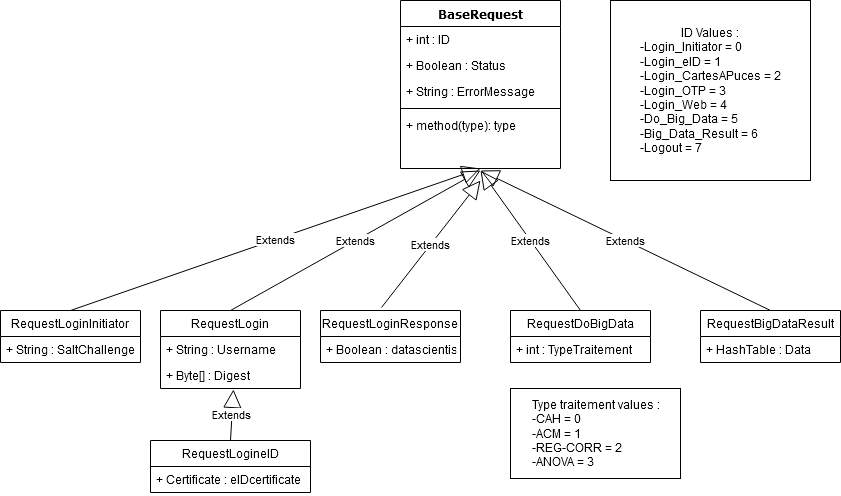
Earlier version of the draw.io export Protocole/Protocole.png (Sirorco/Isil-Data-Scientist). Source tidied: cells renumbered, new cells last; positions are measured from the earlier drawing's top-left corner, leaving out a move shared by most shapes.
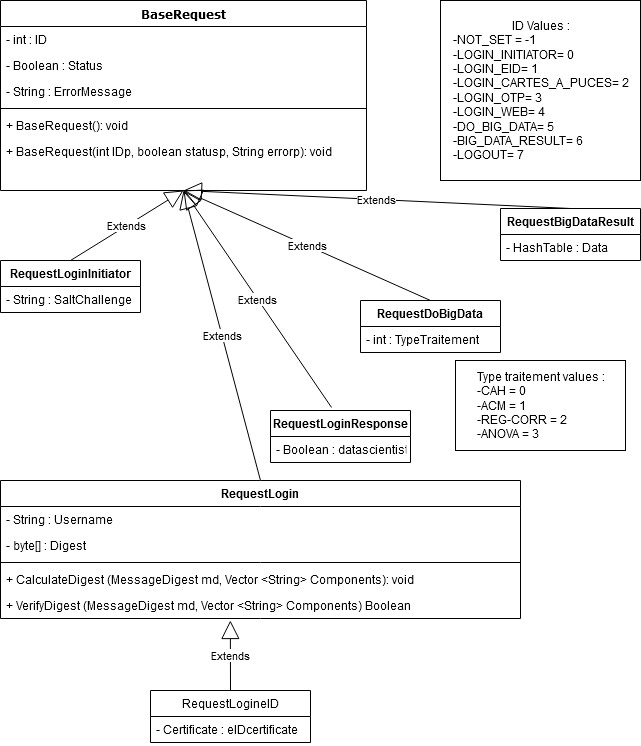
After the change.

Change to the diagram source:
```diff
@@ -3,93 +3,97 @@
     <mxCell id="0" />
     <mxCell id="1" parent="0" />
     <mxCell id="2" value="&lt;div&gt;BaseRequest&lt;/div&gt;&lt;div&gt;&lt;br&gt;&lt;/div&gt;&lt;div&gt;&lt;br&gt;&lt;/div&gt;&lt;div&gt;&lt;br&gt;&lt;/div&gt;" style="swimlane;html=1;fontStyle=1;align=center;verticalAlign=top;horizontal=1;startSize=26;swimlaneFillColor=#ffffff;rounded=0;shadow=0;comic=0;labelBackgroundColor=none;strokeWidth=1;fillColor=none;fontFamily=Verdana;fontSize=12;" parent="1" vertex="1">
-      <mxGeometry x="400" width="160" height="168" as="geometry" />
+      <mxGeometry x="-10" y="-100" width="366" height="190" as="geometry" />
     </mxCell>
-    <mxCell id="3" value="+ int : ID" style="text;html=1;strokeColor=none;fillColor=none;align=left;verticalAlign=top;spacingLeft=4;spacingRight=4;whiteSpace=wrap;overflow=hidden;" parent="2" vertex="1">
-      <mxGeometry y="26" width="160" height="26" as="geometry" />
+    <mxCell id="3" value="- int : ID" style="text;html=1;strokeColor=none;fillColor=none;align=left;verticalAlign=top;spacingLeft=4;spacingRight=4;whiteSpace=wrap;overflow=hidden;" parent="2" vertex="1">
+      <mxGeometry y="26" width="366" height="26" as="geometry" />
     </mxCell>
-    <mxCell id="4" value="+ Boolean : Status" style="text;html=1;strokeColor=none;fillColor=none;align=left;verticalAlign=top;spacingLeft=4;spacingRight=4;whiteSpace=wrap;overflow=hidden;" parent="2" vertex="1">
-      <mxGeometry y="52" width="160" height="26" as="geometry" />
+    <mxCell id="4" value="- Boolean : Status" style="text;html=1;strokeColor=none;fillColor=none;align=left;verticalAlign=top;spacingLeft=4;spacingRight=4;whiteSpace=wrap;overflow=hidden;" parent="2" vertex="1">
+      <mxGeometry y="52" width="366" height="26" as="geometry" />
     </mxCell>
-    <mxCell id="5" value="+ String : ErrorMessage" style="text;html=1;strokeColor=none;fillColor=none;align=left;verticalAlign=top;spacingLeft=4;spacingRight=4;whiteSpace=wrap;overflow=hidden;" parent="2" vertex="1">
-      <mxGeometry y="78" width="160" height="26" as="geometry" />
+    <mxCell id="5" value="- String : ErrorMessage" style="text;html=1;strokeColor=none;fillColor=none;align=left;verticalAlign=top;spacingLeft=4;spacingRight=4;whiteSpace=wrap;overflow=hidden;" parent="2" vertex="1">
+      <mxGeometry y="78" width="366" height="26" as="geometry" />
     </mxCell>
     <mxCell id="6" style="line;html=1;strokeWidth=1;fillColor=none;align=left;verticalAlign=middle;spacingTop=-1;spacingLeft=3;spacingRight=3;labelPosition=right;" parent="2" vertex="1">
-      <mxGeometry y="104" width="160" height="8" as="geometry" />
+      <mxGeometry y="104" width="366" height="8" as="geometry" />
     </mxCell>
-    <mxCell id="7" value="+ method(type): type" style="text;html=1;strokeColor=none;fillColor=none;align=left;verticalAlign=top;spacingLeft=4;spacingRight=4;whiteSpace=wrap;overflow=hidden;" parent="2" vertex="1">
-      <mxGeometry y="112" width="160" height="26" as="geometry" />
+    <mxCell id="7" value="+ BaseRequest(): void" style="text;html=1;strokeColor=none;fillColor=none;align=left;verticalAlign=top;spacingLeft=4;spacingRight=4;whiteSpace=wrap;overflow=hidden;" parent="2" vertex="1">
+      <mxGeometry y="112" width="366" height="26" as="geometry" />
     </mxCell>
+    <mxCell id="29" value="+ BaseRequest(int IDp, boolean statusp, String errorp): void" style="text;html=1;strokeColor=none;fillColor=none;align=left;verticalAlign=top;spacingLeft=4;spacingRight=4;whiteSpace=wrap;overflow=hidden;" parent="2" vertex="1">
+      <mxGeometry y="138" width="366" height="26" as="geometry" />
+    </mxCell>
-    <mxCell id="8" value="RequestLoginInitiator" style="swimlane;fontStyle=0;horizontal=1;startSize=26;fillColor=none;" parent="1" vertex="1">
-      <mxGeometry y="310" width="140" height="52" as="geometry" />
+    <mxCell id="8" value="RequestLoginInitiator" style="swimlane;fontStyle=1;horizontal=1;startSize=26;fillColor=none;" parent="1" vertex="1">
+      <mxGeometry x="-10" y="160" width="140" height="52" as="geometry" />
     </mxCell>
-    <mxCell id="9" value="+ String : SaltChallenge" style="text;strokeColor=none;fillColor=none;align=left;verticalAlign=top;spacingLeft=4;spacingRight=4;overflow=hidden;" parent="8" vertex="1">
+    <mxCell id="9" value="- String : SaltChallenge" style="text;strokeColor=none;fillColor=none;align=left;verticalAlign=top;spacingLeft=4;spacingRight=4;overflow=hidden;" parent="8" vertex="1">
       <mxGeometry y="26" width="140" height="26" as="geometry" />
     </mxCell>
     <mxCell id="10" value="Extends" style="endArrow=block;endSize=16;endFill=0;html=1;entryX=0.5;entryY=1;entryDx=0;entryDy=0;exitX=0.5;exitY=0;exitDx=0;exitDy=0;" parent="1" edge="1" source="8" target="2">
       <mxGeometry relative="1" as="geometry" />
     </mxCell>
-    <mxCell id="11" value="RequestLogin" style="swimlane;fontStyle=0;horizontal=1;startSize=26;fillColor=none;" parent="1" vertex="1">
-      <mxGeometry x="160" y="310" width="140" height="78" as="geometry" />
-    </mxCell>
-    <mxCell id="12" value="+ String : Username" style="text;strokeColor=none;fillColor=none;align=left;verticalAlign=top;spacingLeft=4;spacingRight=4;overflow=hidden;" parent="11" vertex="1">
-      <mxGeometry y="26" width="140" height="26" as="geometry" />
-    </mxCell>
-    <mxCell id="13" value="+ Byte[] : Digest" style="text;strokeColor=none;fillColor=none;align=left;verticalAlign=top;spacingLeft=4;spacingRight=4;overflow=hidden;points=[[0,0.5],[1,0.5]];portConstraint=eastwest;" parent="11" vertex="1">
-      <mxGeometry y="52" width="140" height="26" as="geometry" />
-    </mxCell>
-    <mxCell id="14" value="Extends" style="endArrow=block;endSize=16;endFill=0;html=1;exitX=0.5;exitY=0;exitDx=0;exitDy=0;" parent="1" edge="1" source="11">
-      <mxGeometry relative="1" as="geometry">
-        <mxPoint x="480" y="170" as="targetPoint" />
-      </mxGeometry>
+    <mxCell id="14" value="Extends" style="endArrow=block;endSize=16;endFill=0;html=1;exitX=0.5;exitY=0;exitDx=0;exitDy=0;entryX=0.5;entryY=1;entryDx=0;entryDy=0;" parent="1" edge="1" source="11" target="2">
+      <mxGeometry relative="1" as="geometry" />
     </mxCell>
-    <mxCell id="15" value="ID Values :&lt;br&gt;&lt;div align=&quot;left&quot;&gt;-Login_Initiator = 0&lt;br&gt;&lt;/div&gt;&lt;div align=&quot;left&quot;&gt;-Login_eID = 1&lt;/div&gt;&lt;div align=&quot;left&quot;&gt;-Login_CartesAPuces = 2&lt;br&gt;&lt;/div&gt;&lt;div align=&quot;left&quot;&gt;-Login_OTP = 3&lt;br&gt;&lt;/div&gt;&lt;div align=&quot;left&quot;&gt;-Login_Web = 4&lt;br&gt;&lt;/div&gt;&lt;div align=&quot;left&quot;&gt;-Do_Big_Data = 5&lt;br&gt;&lt;/div&gt;&lt;div align=&quot;left&quot;&gt;-Big_Data_Result = 6&lt;br&gt;&lt;/div&gt;&lt;div align=&quot;left&quot;&gt;-Logout = 7&lt;br&gt;&lt;/div&gt;" style="html=1;" parent="1" vertex="1">
-      <mxGeometry x="610" width="200" height="180" as="geometry" />
+    <mxCell id="15" value="&lt;div&gt;ID Values :&lt;/div&gt;&lt;div align=&quot;left&quot;&gt;-NOT_SET = -1&lt;br&gt;&lt;/div&gt;&lt;div align=&quot;left&quot;&gt;-LOGIN_INITIATOR= 0&lt;br&gt;&lt;/div&gt;&lt;div align=&quot;left&quot;&gt;-LOGIN_EID= 1&lt;/div&gt;&lt;div align=&quot;left&quot;&gt;-LOGIN_CARTES_A_PUCES= 2&lt;br&gt;&lt;/div&gt;&lt;div align=&quot;left&quot;&gt;-LOGIN_OTP= 3&lt;br&gt;&lt;/div&gt;&lt;div align=&quot;left&quot;&gt;-LOGIN_WEB= 4&lt;br&gt;&lt;/div&gt;&lt;div align=&quot;left&quot;&gt;-DO_BIG_DATA= 5&lt;br&gt;&lt;/div&gt;&lt;div align=&quot;left&quot;&gt;-BIG_DATA_RESULT= 6&lt;br&gt;&lt;/div&gt;&lt;div align=&quot;left&quot;&gt;-LOGOUT= 7&lt;br&gt;&lt;/div&gt;" style="html=1;" parent="1" vertex="1">
+      <mxGeometry x="430" y="-100" width="200" height="180" as="geometry" />
     </mxCell>
-    <mxCell id="16" value="RequestDoBigData" style="swimlane;fontStyle=0;horizontal=1;startSize=26;fillColor=none;" parent="1" vertex="1">
-      <mxGeometry x="510" y="310" width="140" height="52" as="geometry" />
+    <mxCell id="16" value="RequestDoBigData" style="swimlane;fontStyle=1;horizontal=1;startSize=26;fillColor=none;" parent="1" vertex="1">
+      <mxGeometry x="350" y="200" width="140" height="52" as="geometry" />
     </mxCell>
-    <mxCell id="17" value="+ int : TypeTraitement" style="text;strokeColor=none;fillColor=none;align=left;verticalAlign=top;spacingLeft=4;spacingRight=4;overflow=hidden;" parent="16" vertex="1">
+    <mxCell id="17" value="- int : TypeTraitement" style="text;strokeColor=none;fillColor=none;align=left;verticalAlign=top;spacingLeft=4;spacingRight=4;overflow=hidden;" parent="16" vertex="1">
       <mxGeometry y="26" width="140" height="26" as="geometry" />
     </mxCell>
-    <mxCell id="18" value="RequestBigDataResult" style="swimlane;fontStyle=0;horizontal=1;startSize=26;fillColor=none;" parent="1" vertex="1">
-      <mxGeometry x="700" y="310" width="140" height="52" as="geometry" />
+    <mxCell id="18" value="RequestBigDataResult" style="swimlane;fontStyle=1;horizontal=1;startSize=26;fillColor=none;" parent="1" vertex="1">
+      <mxGeometry x="490" y="108" width="140" height="52" as="geometry" />
     </mxCell>
-    <mxCell id="19" value="+ HashTable : Data" style="text;strokeColor=none;fillColor=none;align=left;verticalAlign=top;spacingLeft=4;spacingRight=4;overflow=hidden;" parent="18" vertex="1">
+    <mxCell id="19" value="- HashTable : Data" style="text;strokeColor=none;fillColor=none;align=left;verticalAlign=top;spacingLeft=4;spacingRight=4;overflow=hidden;" parent="18" vertex="1">
       <mxGeometry y="26" width="140" height="26" as="geometry" />
     </mxCell>
-    <mxCell id="20" value="Extends" style="endArrow=block;endSize=16;endFill=0;html=1;exitX=0.5;exitY=0;exitDx=0;exitDy=0;" parent="1" edge="1" source="16">
-      <mxGeometry relative="1" as="geometry">
-        <mxPoint x="480" y="170" as="targetPoint" />
-      </mxGeometry>
+    <mxCell id="20" value="Extends" style="endArrow=block;endSize=16;endFill=0;html=1;exitX=0.5;exitY=0;exitDx=0;exitDy=0;entryX=0.5;entryY=1;entryDx=0;entryDy=0;" parent="1" edge="1" source="16" target="2">
+      <mxGeometry relative="1" as="geometry" />
     </mxCell>
-    <mxCell id="21" value="Extends" style="endArrow=block;endSize=16;endFill=0;html=1;exitX=0.5;exitY=0;exitDx=0;exitDy=0;" parent="1" edge="1" source="18">
-      <mxGeometry relative="1" as="geometry">
-        <mxPoint x="480" y="170" as="targetPoint" />
-      </mxGeometry>
+    <mxCell id="21" value="Extends" style="endArrow=block;endSize=16;endFill=0;html=1;exitX=0.5;exitY=0;exitDx=0;exitDy=0;entryX=0.5;entryY=1;entryDx=0;entryDy=0;" parent="1" edge="1" source="18" target="2">
+      <mxGeometry relative="1" as="geometry" />
     </mxCell>
     <mxCell id="22" value="&lt;div&gt;Type traitement values :&lt;/div&gt;&lt;div align=&quot;left&quot;&gt;-CAH = 0&lt;/div&gt;&lt;div align=&quot;left&quot;&gt;-ACM = 1&lt;/div&gt;&lt;div align=&quot;left&quot;&gt;-REG-CORR = 2&lt;/div&gt;&lt;div align=&quot;left&quot;&gt;-ANOVA = 3&lt;br&gt;&lt;/div&gt;" style="html=1;" parent="1" vertex="1">
-      <mxGeometry x="510" y="388" width="170" height="90" as="geometry" />
+      <mxGeometry x="445" y="260" width="170" height="90" as="geometry" />
     </mxCell>
-    <mxCell id="23" value="RequestLoginResponse" style="swimlane;fontStyle=0;horizontal=1;startSize=26;fillColor=none;" parent="1" vertex="1">
-      <mxGeometry x="320" y="310" width="140" height="52" as="geometry" />
+    <mxCell id="23" value="RequestLoginResponse" style="swimlane;fontStyle=1;horizontal=1;startSize=26;fillColor=none;" parent="1" vertex="1">
+      <mxGeometry x="260" y="310" width="140" height="52" as="geometry" />
     </mxCell>
-    <mxCell id="24" value="+ Boolean : datascientist" style="text;strokeColor=none;fillColor=none;align=left;verticalAlign=top;spacingLeft=4;spacingRight=4;overflow=hidden;" parent="23" vertex="1">
+    <mxCell id="24" value="- Boolean : datascientist" style="text;strokeColor=none;fillColor=none;align=left;verticalAlign=top;spacingLeft=4;spacingRight=4;overflow=hidden;" parent="23" vertex="1">
       <mxGeometry y="26" width="140" height="26" as="geometry" />
     </mxCell>
-    <mxCell id="25" value="Extends" style="endArrow=block;endSize=16;endFill=0;html=1;exitX=0.436;exitY=-0.058;exitDx=0;exitDy=0;exitPerimeter=0;" parent="1" edge="1" source="23">
-      <mxGeometry relative="1" as="geometry">
-        <mxPoint x="480" y="180" as="targetPoint" />
-      </mxGeometry>
+    <mxCell id="25" value="Extends" style="endArrow=block;endSize=16;endFill=0;html=1;exitX=0.436;exitY=-0.058;exitDx=0;exitDy=0;exitPerimeter=0;entryX=0.5;entryY=1;entryDx=0;entryDy=0;" parent="1" edge="1" source="23" target="2">
+      <mxGeometry relative="1" as="geometry" />
     </mxCell>
     <mxCell id="26" value="RequestLogineID" style="swimlane;fontStyle=0;horizontal=1;startSize=26;fillColor=none;" parent="1" vertex="1">
-      <mxGeometry x="150" y="440" width="160" height="52" as="geometry" />
+      <mxGeometry x="140" y="590" width="160" height="52" as="geometry" />
     </mxCell>
-    <mxCell id="27" value="+ Certificate : eIDcertificate " style="text;strokeColor=none;fillColor=none;align=left;verticalAlign=top;spacingLeft=4;spacingRight=4;overflow=hidden;" parent="26" vertex="1">
+    <mxCell id="27" value="- Certificate : eIDcertificate " style="text;strokeColor=none;fillColor=none;align=left;verticalAlign=top;spacingLeft=4;spacingRight=4;overflow=hidden;" parent="26" vertex="1">
       <mxGeometry y="26" width="160" height="26" as="geometry" />
     </mxCell>
-    <mxCell id="28" value="Extends" style="endArrow=block;endSize=16;endFill=0;html=1;exitX=0.5;exitY=0;exitDx=0;exitDy=0;entryX=0.521;entryY=1.038;entryDx=0;entryDy=0;entryPerimeter=0;" parent="1" edge="1" source="26" target="13">
+    <mxCell id="28" value="Extends" style="endArrow=block;endSize=16;endFill=0;html=1;exitX=0.5;exitY=0;exitDx=0;exitDy=0;entryX=0.442;entryY=1.077;entryDx=0;entryDy=0;entryPerimeter=0;" parent="1" edge="1" source="26" target="34">
       <mxGeometry relative="1" as="geometry" />
     </mxCell>
+    <mxCell id="11" value="RequestLogin" style="swimlane;fontStyle=1;align=center;verticalAlign=top;horizontal=1;startSize=26;" parent="1" vertex="1">
+      <mxGeometry x="-10" y="380" width="520" height="138" as="geometry" />
+    </mxCell>
+    <mxCell id="30" value="- String : Username" style="text;strokeColor=none;fillColor=none;align=left;verticalAlign=top;spacingLeft=4;spacingRight=4;overflow=hidden;" parent="11" vertex="1">
+      <mxGeometry y="26" width="520" height="26" as="geometry" />
+    </mxCell>
+    <mxCell id="31" value="- byte[] : Digest" style="text;strokeColor=none;fillColor=none;align=left;verticalAlign=top;spacingLeft=4;spacingRight=4;overflow=hidden;" parent="11" vertex="1">
+      <mxGeometry y="52" width="520" height="26" as="geometry" />
+    </mxCell>
+    <mxCell id="32" style="line;strokeWidth=1;fillColor=none;align=left;verticalAlign=middle;spacingTop=-1;spacingLeft=3;spacingRight=3;labelPosition=right;" parent="11" vertex="1">
+      <mxGeometry y="78" width="520" height="8" as="geometry" />
+    </mxCell>
+    <mxCell id="33" value="+ CalculateDigest (MessageDigest md, Vector &lt;String&gt; Components): void" style="text;strokeColor=none;fillColor=none;align=left;verticalAlign=top;spacingLeft=4;spacingRight=4;overflow=hidden;" parent="11" vertex="1">
+      <mxGeometry y="86" width="520" height="26" as="geometry" />
+    </mxCell>
+    <mxCell id="34" value="+ VerifyDigest (MessageDigest md, Vector &lt;String&gt; Components) Boolean" style="text;strokeColor=none;fillColor=none;align=left;verticalAlign=top;spacingLeft=4;spacingRight=4;overflow=hidden;points=[[0,0.5],[1,0.5]];portConstraint=eastwest;" parent="11" vertex="1">
+      <mxGeometry y="112" width="520" height="26" as="geometry" />
+    </mxCell>
   </root>
 </mxGraphModel>
```
